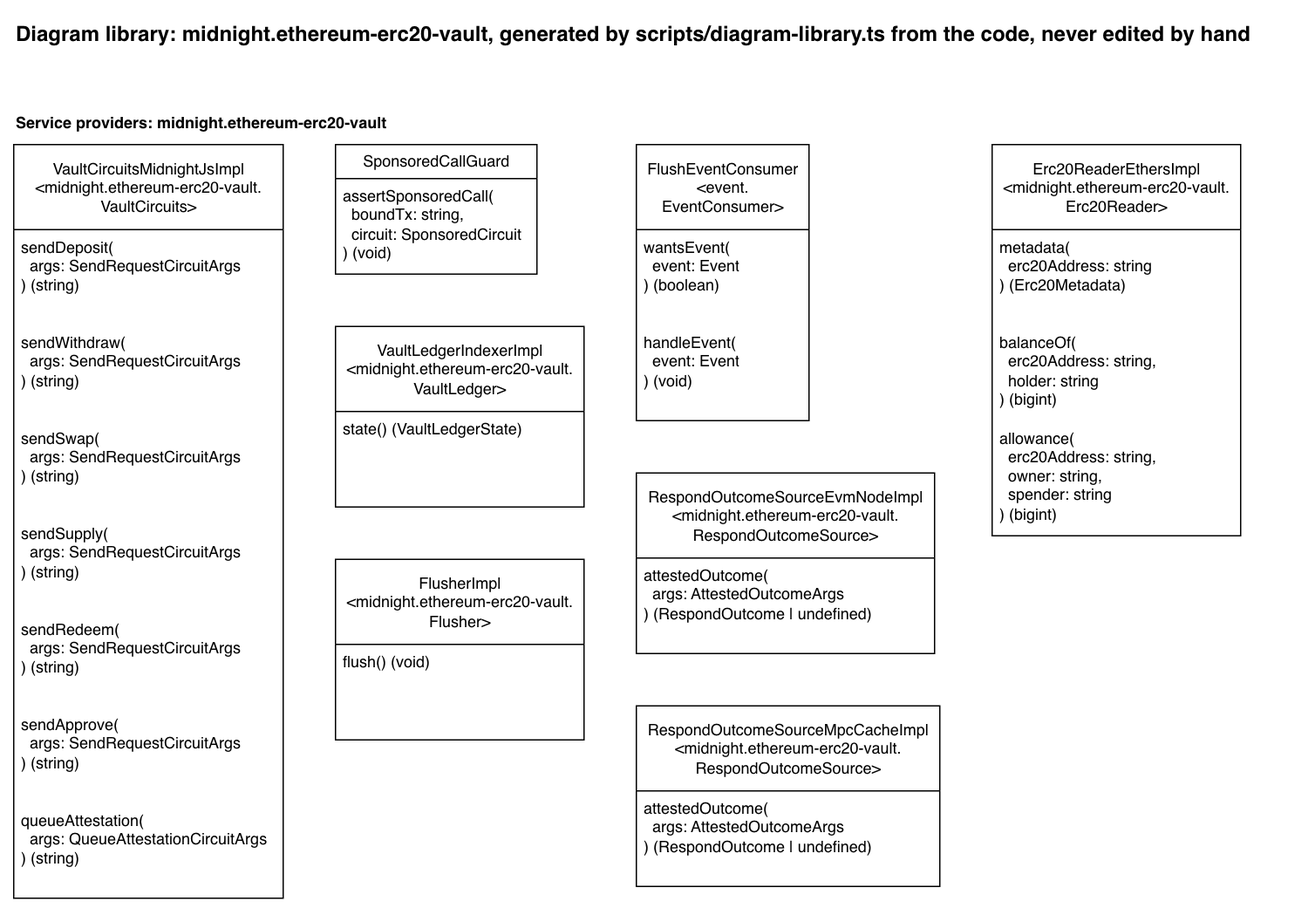
Before: docs/diagram-library/midnight/ethereum-erc20-vault/diagram-library.drawio.png, a diagram exported from draw.io (sig-net/full-stack-demo). Source tidied: cells renumbered, new cells last; positions are measured from the earlier drawing's top-left corner, leaving out a move shared by most shapes.
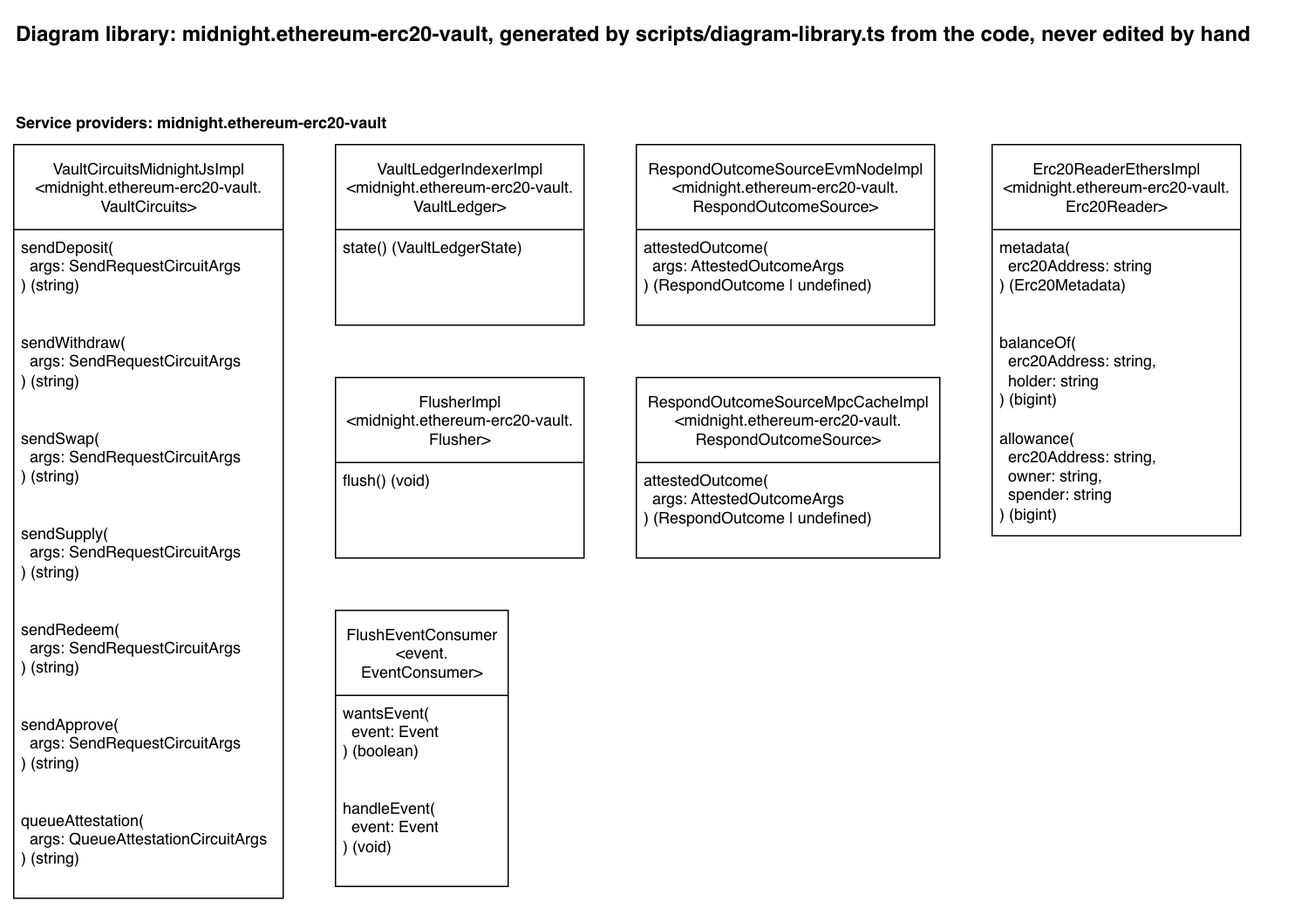
After the commit.

Diff of the diagram source:
```diff
@@ -32,26 +32,20 @@
     <mxCell id="11" value="queueAttestation(&lt;br&gt;&amp;nbsp; args: QueueAttestationCircuitArgs&lt;br&gt;) (string)" style="text;strokeColor=none;fillColor=none;align=left;verticalAlign=top;spacingLeft=4;spacingRight=4;overflow=hidden;whiteSpace=wrap;html=1;" parent="4" vertex="1">
       <mxGeometry y="503" width="206" height="73" as="geometry" />
     </mxCell>
-    <mxCell id="12" value="SponsoredCallGuard" style="swimlane;fontStyle=0;horizontal=1;startSize=26;fillColor=default;html=1;fillStyle=solid;" parent="1" vertex="1">
-      <mxGeometry x="246" y="100" width="154" height="99" as="geometry" />
-    </mxCell>
-    <mxCell id="13" value="assertSponsoredCall(&lt;br&gt;&amp;nbsp; boundTx: string,&lt;br&gt;&amp;nbsp; circuit: SponsoredCircuit&lt;br&gt;) (void)" style="text;strokeColor=none;fillColor=none;align=left;verticalAlign=top;spacingLeft=4;spacingRight=4;overflow=hidden;whiteSpace=wrap;html=1;" parent="12" vertex="1">
-      <mxGeometry y="26" width="154" height="73" as="geometry" />
-    </mxCell>
     <mxCell id="14" value="VaultLedgerIndexerImpl&lt;br&gt;&amp;lt;midnight.ethereum-erc20-vault.&lt;br&gt;VaultLedger&amp;gt;" style="swimlane;fontStyle=0;horizontal=1;startSize=65;fillColor=default;html=1;fillStyle=solid;" parent="1" vertex="1">
-      <mxGeometry x="246" y="239" width="190" height="138" as="geometry" />
+      <mxGeometry x="246" y="100" width="190" height="138" as="geometry" />
     </mxCell>
     <mxCell id="15" value="state() (VaultLedgerState)" style="text;strokeColor=none;fillColor=none;align=left;verticalAlign=top;spacingLeft=4;spacingRight=4;overflow=hidden;whiteSpace=wrap;html=1;" parent="14" vertex="1">
       <mxGeometry y="65" width="190" height="73" as="geometry" />
     </mxCell>
     <mxCell id="16" value="FlusherImpl&lt;br&gt;&amp;lt;midnight.ethereum-erc20-vault.&lt;br&gt;Flusher&amp;gt;" style="swimlane;fontStyle=0;horizontal=1;startSize=65;fillColor=default;html=1;fillStyle=solid;" parent="1" vertex="1">
-      <mxGeometry x="246" y="417" width="190" height="138" as="geometry" />
+      <mxGeometry x="246" y="278" width="190" height="138" as="geometry" />
     </mxCell>
     <mxCell id="17" value="flush() (void)" style="text;strokeColor=none;fillColor=none;align=left;verticalAlign=top;spacingLeft=4;spacingRight=4;overflow=hidden;whiteSpace=wrap;html=1;" parent="16" vertex="1">
       <mxGeometry y="65" width="190" height="73" as="geometry" />
     </mxCell>
     <mxCell id="18" value="FlushEventConsumer&lt;br&gt;&amp;lt;event.&lt;br&gt;EventConsumer&amp;gt;" style="swimlane;fontStyle=0;horizontal=1;startSize=65;fillColor=default;html=1;fillStyle=solid;" parent="1" vertex="1">
-      <mxGeometry x="476" y="100" width="132" height="211" as="geometry" />
+      <mxGeometry x="246" y="456" width="132" height="211" as="geometry" />
     </mxCell>
     <mxCell id="19" value="wantsEvent(&lt;br&gt;&amp;nbsp; event: Event&lt;br&gt;) (boolean)" style="text;strokeColor=none;fillColor=none;align=left;verticalAlign=top;spacingLeft=4;spacingRight=4;overflow=hidden;whiteSpace=wrap;html=1;" parent="18" vertex="1">
       <mxGeometry y="65" width="132" height="73" as="geometry" />
@@ -60,13 +54,13 @@
       <mxGeometry y="138" width="132" height="73" as="geometry" />
     </mxCell>
     <mxCell id="21" value="RespondOutcomeSourceEvmNodeImpl&lt;br&gt;&amp;lt;midnight.ethereum-erc20-vault.&lt;br&gt;RespondOutcomeSource&amp;gt;" style="swimlane;fontStyle=0;horizontal=1;startSize=65;fillColor=default;html=1;fillStyle=solid;" parent="1" vertex="1">
-      <mxGeometry x="476" y="351" width="228" height="138" as="geometry" />
+      <mxGeometry x="476" y="100" width="228" height="138" as="geometry" />
     </mxCell>
     <mxCell id="22" value="attestedOutcome(&lt;br&gt;&amp;nbsp; args: AttestedOutcomeArgs&lt;br&gt;) (RespondOutcome | undefined)" style="text;strokeColor=none;fillColor=none;align=left;verticalAlign=top;spacingLeft=4;spacingRight=4;overflow=hidden;whiteSpace=wrap;html=1;" parent="21" vertex="1">
       <mxGeometry y="65" width="228" height="73" as="geometry" />
     </mxCell>
     <mxCell id="23" value="RespondOutcomeSourceMpcCacheImpl&lt;br&gt;&amp;lt;midnight.ethereum-erc20-vault.&lt;br&gt;RespondOutcomeSource&amp;gt;" style="swimlane;fontStyle=0;horizontal=1;startSize=65;fillColor=default;html=1;fillStyle=solid;" parent="1" vertex="1">
-      <mxGeometry x="476" y="529" width="232" height="138" as="geometry" />
+      <mxGeometry x="476" y="278" width="232" height="138" as="geometry" />
     </mxCell>
     <mxCell id="24" value="attestedOutcome(&lt;br&gt;&amp;nbsp; args: AttestedOutcomeArgs&lt;br&gt;) (RespondOutcome | undefined)" style="text;strokeColor=none;fillColor=none;align=left;verticalAlign=top;spacingLeft=4;spacingRight=4;overflow=hidden;whiteSpace=wrap;html=1;" parent="23" vertex="1">
       <mxGeometry y="65" width="232" height="73" as="geometry" />
```
